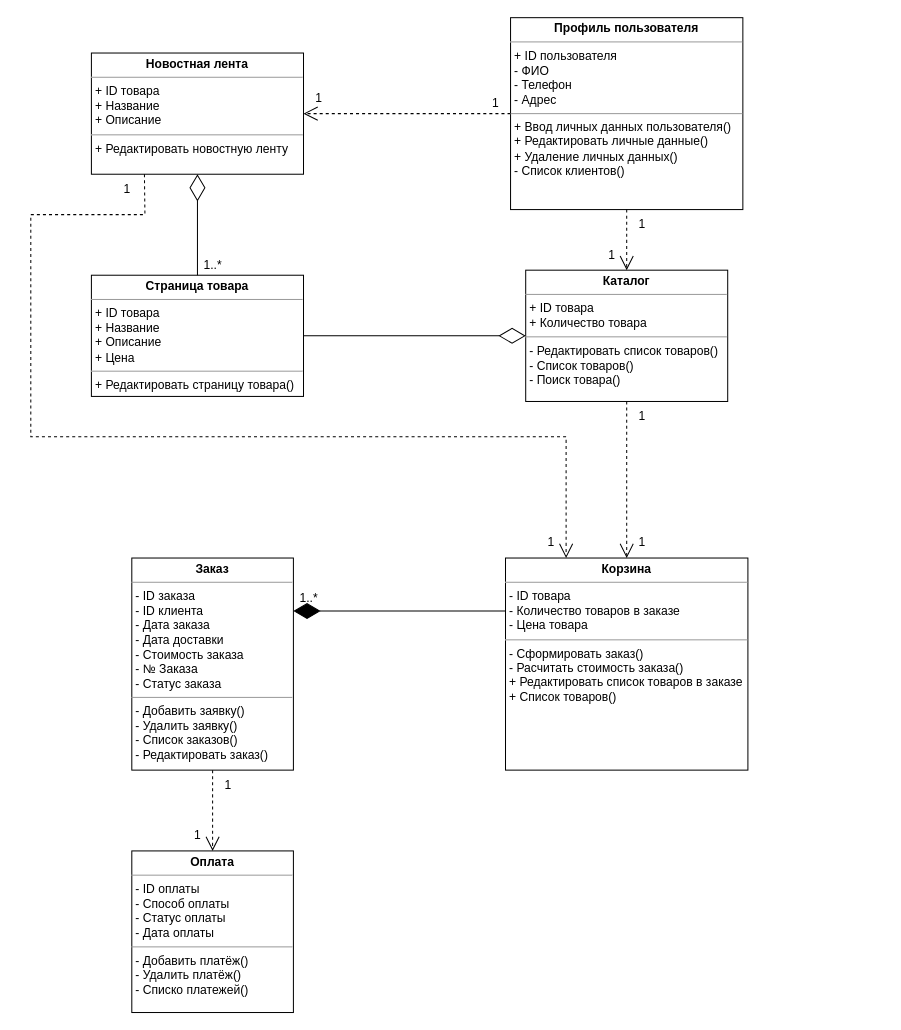
The draw.io diagram page "Классы" (7 of 8) of Сис. инж. UseCase.drawio in Rattokun/ModelRep, before the edit. Source tidied: cells renumbered, new cells numbered last; positions are measured from the earlier drawing's top-left corner, leaving out a move shared by most shapes. Both pictures are drawn from the tidied source at 101%, with x=0, y=0 at pixel (30, 17).
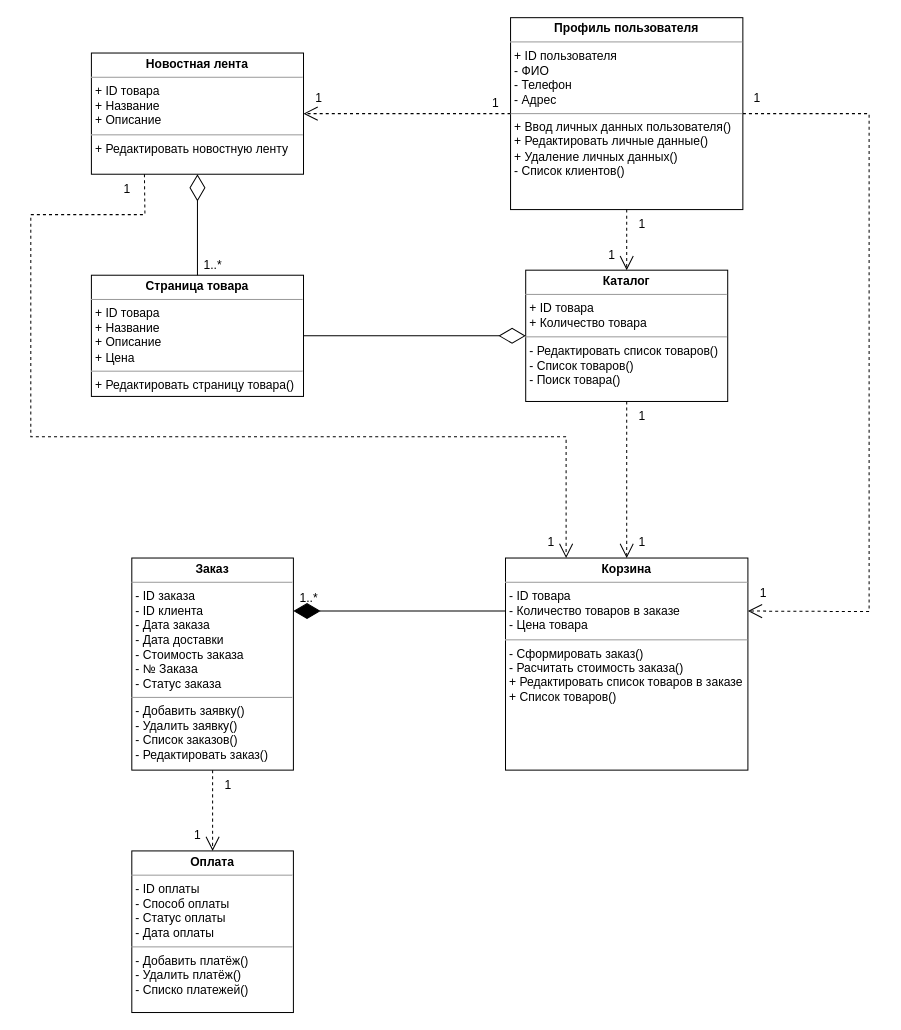
Above is the later version.

The change refers to these unchanged cells:
```xml
<mxCell id="6" value="&lt;p style=&quot;margin: 0px ; margin-top: 4px ; text-align: center&quot;&gt;&lt;b&gt;Профиль пользователя&lt;/b&gt;&lt;/p&gt;&lt;hr size=&quot;1&quot;&gt;&lt;p style=&quot;margin: 0px ; margin-left: 4px&quot;&gt;&lt;span&gt;+ ID пользователя&lt;br&gt;&lt;/span&gt;&lt;/p&gt;&lt;p style=&quot;margin: 0px ; margin-left: 4px&quot;&gt;- ФИО&lt;/p&gt;&lt;p style=&quot;margin: 0px ; margin-left: 4px&quot;&gt;- Телефон&lt;/p&gt;&lt;p style=&quot;margin: 0px ; margin-left: 4px&quot;&gt;- Адрес&lt;/p&gt;&lt;hr size=&quot;1&quot;&gt;&lt;p style=&quot;margin: 0px ; margin-left: 4px&quot;&gt;+ Ввод личных данных пользователя()&lt;/p&gt;&lt;p style=&quot;margin: 0px ; margin-left: 4px&quot;&gt;+ Редактировать личные данные()&lt;/p&gt;&lt;p style=&quot;margin: 0px ; margin-left: 4px&quot;&gt;+ Удаление личных данных()&lt;/p&gt;&lt;p style=&quot;margin: 0px ; margin-left: 4px&quot;&gt;- Список клиентов()&lt;/p&gt;" style="verticalAlign=top;align=left;overflow=fill;fontSize=12;fontFamily=Helvetica;html=1;" parent="1" vertex="1">
  <mxGeometry x="475" width="230" height="190" as="geometry" />
</mxCell>
<mxCell id="7" value="&lt;p style=&quot;margin: 0px ; margin-top: 4px ; text-align: center&quot;&gt;&lt;b&gt;Корзина&lt;/b&gt;&lt;/p&gt;&lt;hr size=&quot;1&quot;&gt;&lt;p style=&quot;margin: 0px ; margin-left: 4px&quot;&gt;&lt;span&gt;- ID товара&lt;/span&gt;&lt;/p&gt;&lt;p style=&quot;margin: 0px ; margin-left: 4px&quot;&gt;&lt;span&gt;- Количество товаров в заказе&lt;/span&gt;&lt;/p&gt;&lt;p style=&quot;margin: 0px ; margin-left: 4px&quot;&gt;&lt;span&gt;- Цена товара&lt;/span&gt;&lt;/p&gt;&lt;hr size=&quot;1&quot;&gt;&lt;p style=&quot;margin: 0px ; margin-left: 4px&quot;&gt;- Сформировать заказ()&lt;/p&gt;&lt;p style=&quot;margin: 0px ; margin-left: 4px&quot;&gt;- Расчитать стоимость заказа()&lt;/p&gt;&lt;p style=&quot;margin: 0px ; margin-left: 4px&quot;&gt;+ Редактировать список товаров в заказе&lt;/p&gt;&lt;p style=&quot;margin: 0px ; margin-left: 4px&quot;&gt;+ Список товаров()&lt;/p&gt;" style="verticalAlign=top;align=left;overflow=fill;fontSize=12;fontFamily=Helvetica;html=1;" parent="1" vertex="1">
  <mxGeometry x="470" y="535" width="240" height="210" as="geometry" />
</mxCell>
```

What changed in the source:
```diff
@@
+    <mxCell id="29" style="endArrow=open;endSize=12;dashed=1;html=1;rounded=0;exitX=1;exitY=0.5;exitDx=0;exitDy=0;entryX=1;entryY=0.25;entryDx=0;entryDy=0;" parent="1" edge="1" source="6" target="7">
+      <mxGeometry relative="1" as="geometry">
+        <Array as="points">
+          <mxPoint x="830" y="95" />
+          <mxPoint x="830" y="588" />
+        </Array>
+      </mxGeometry>
+    </mxCell>
+    <mxCell id="30" value="1" style="text;html=1;align=center;verticalAlign=middle;strokeColor=none;fillColor=none;fontSize=12;fontColor=default;" parent="1" vertex="1">
+      <mxGeometry x="704" y="65" width="30" height="30" as="geometry" />
+    </mxCell>
+    <mxCell id="31" value="1" style="text;html=1;align=center;verticalAlign=middle;strokeColor=none;fillColor=none;fontSize=12;fontColor=default;" parent="1" vertex="1">
+      <mxGeometry x="710" y="555" width="30" height="30" as="geometry" />
+    </mxCell>
```
